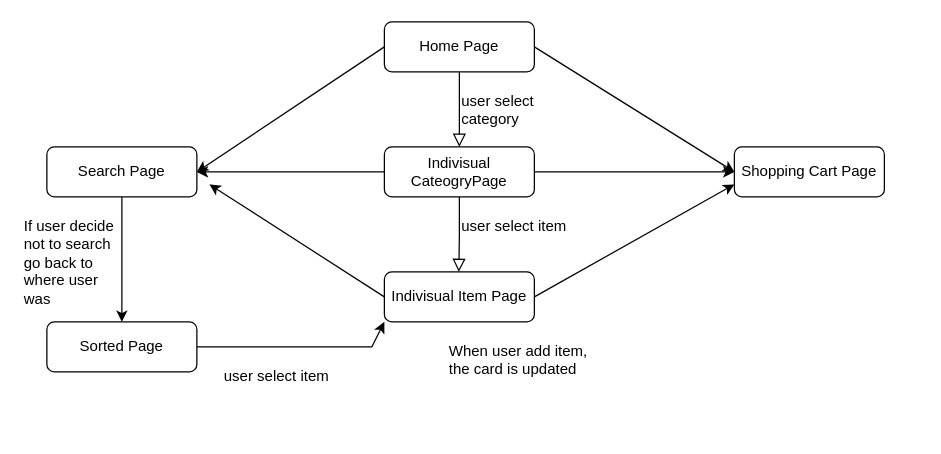
popo26/IOD-Module4-MiniProject-ECommerce keeps this draw.io diagram as project-plans/flow-chart.drawio. Above is the earlier version. Source tidied: cells renumbered, new cells numbered last; positions are measured from the earlier drawing's top-left corner, leaving out a move shared by most shapes. Both pictures are drawn from the tidied source at 125%, with x=0, y=0 at pixel (21, 21).
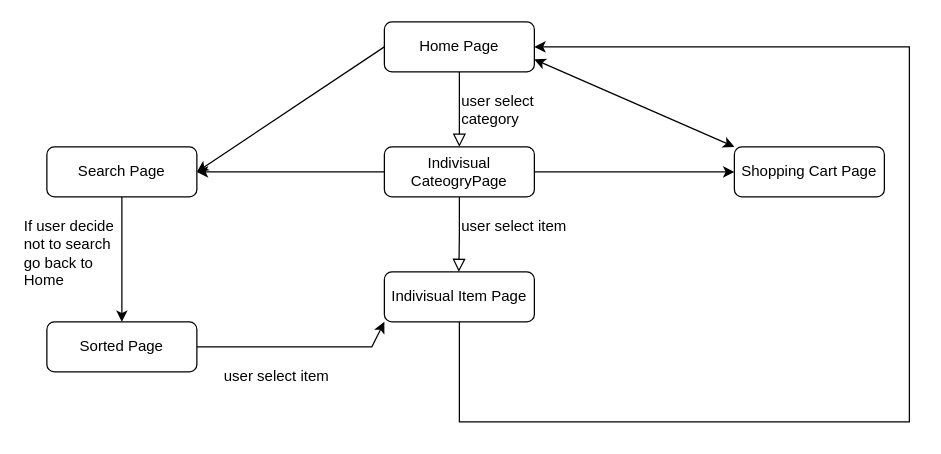
The same diagram, later.

The change refers to these unchanged cells:
```xml
<mxCell id="3" value="Home Page" style="rounded=1;whiteSpace=wrap;html=1;fontSize=12;glass=0;strokeWidth=1;shadow=0;" parent="1" vertex="1">
  <mxGeometry x="290" width="120" height="40" as="geometry" />
</mxCell>
<mxCell id="5" value="Shopping Cart Page" style="rounded=1;whiteSpace=wrap;html=1;fontSize=12;glass=0;strokeWidth=1;shadow=0;" parent="1" vertex="1">
  <mxGeometry x="570" y="100" width="120" height="40" as="geometry" />
</mxCell>
<mxCell id="8" value="Indivisual Item Page" style="rounded=1;whiteSpace=wrap;html=1;fontSize=12;glass=0;strokeWidth=1;shadow=0;" parent="1" vertex="1">
  <mxGeometry x="290" y="200" width="120" height="40" as="geometry" />
</mxCell>
```

Change to the diagram source:
```diff
@@
-    <mxCell id="9" style="endArrow=classic;html=1;rounded=0;exitX=1;exitY=0.5;exitDx=0;exitDy=0;entryX=0;entryY=0.5;entryDx=0;entryDy=0;" parent="1" edge="1" source="3" target="5">
-      <mxGeometry relative="1" as="geometry" />
-    </mxCell>
@@
-    <mxCell id="12" style="endArrow=classic;html=1;rounded=0;exitX=1;exitY=0.5;exitDx=0;exitDy=0;entryX=0;entryY=0.75;entryDx=0;entryDy=0;" parent="1" edge="1" source="8" target="5">
-      <mxGeometry relative="1" as="geometry" />
-    </mxCell>
@@
-    <mxCell id="14" style="endArrow=classic;html=1;rounded=0;exitX=0;exitY=0.5;exitDx=0;exitDy=0;" parent="1" edge="1" source="8">
-      <mxGeometry relative="1" as="geometry">
-        <mxPoint x="150" y="130" as="targetPoint" />
-      </mxGeometry>
-    </mxCell>
@@
-    <mxCell id="17" value="If user decide not to search go back to where user was" style="text;whiteSpace=wrap;html=1;" parent="1" vertex="1">
+    <mxCell id="17" value="If user decide not to search go back to Home" style="text;whiteSpace=wrap;html=1;" parent="1" vertex="1">
       <mxGeometry y="150" width="80" height="40" as="geometry" />
     </mxCell>
@@
-    <mxCell id="20" value="When user add item, the card is updated" style="text;whiteSpace=wrap;html=1;" parent="1" vertex="1">
-      <mxGeometry x="340" y="250" width="120" height="40" as="geometry" />
-    </mxCell>
@@
+    <mxCell id="23" style="endArrow=classic;html=1;rounded=0;exitX=0.5;exitY=1;exitDx=0;exitDy=0;" parent="1" edge="1" source="8">
+      <mxGeometry relative="1" as="geometry">
+        <mxPoint x="410" y="20" as="targetPoint" />
+        <Array as="points">
+          <mxPoint x="350" y="320" />
+          <mxPoint x="710" y="320" />
+          <mxPoint x="710" y="20" />
+        </Array>
+      </mxGeometry>
+    </mxCell>
+    <mxCell id="9" style="endArrow=classic;startArrow=classic;html=1;rounded=0;exitX=1;exitY=0.75;exitDx=0;exitDy=0;entryX=0;entryY=0;entryDx=0;entryDy=0;" parent="1" edge="1" source="3" target="5">
+      <mxGeometry relative="1" as="geometry" />
+    </mxCell>
```
